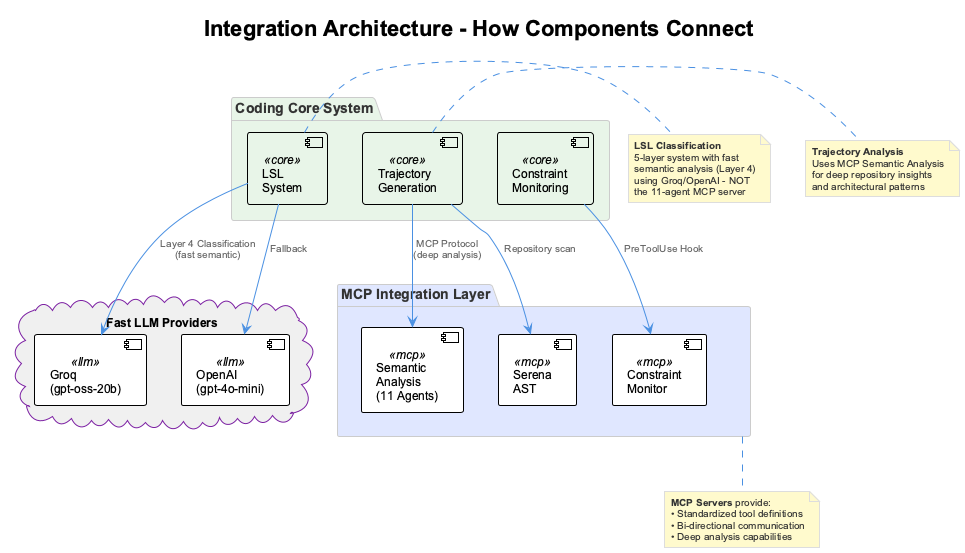
Above: docs/images/integration-architecture.png in fwornle/coding (PlantUML), before the change. Its diagram source:
```plantuml
@startuml
!include _standard-style.puml

title Integration Architecture - How Components Connect

top to bottom direction

package "Coding Core System" as core #E8F5E8 {
  [LSL\nSystem] as lsl <<core>>
  [Trajectory\nGeneration] as trajectory <<core>>
  [Constraint\nMonitoring] as constraints <<core>>
}

package "MCP Integration Layer" as mcp #E0E7FF {
  [Semantic\nAnalysis\n(11 Agents)] as semantic <<mcp>>
  [Serena\nAST] as serena <<mcp>>
  [Constraint\nMonitor] as monitor <<mcp>>
}

cloud "Fast LLM Providers" as llm #F0F0F0 {
  [Groq\n(gpt-oss-20b)] as groq <<llm>>
  [OpenAI\n(gpt-4o-mini)] as openai <<llm>>
}

lsl -down-> groq : Layer 4 Classification\n(fast semantic)
lsl -down-> openai : Fallback
trajectory -down-> semantic : MCP Protocol\n(deep analysis)
trajectory -down-> serena : Repository scan
constraints -down-> monitor : PreToolUse Hook

note bottom of mcp
  **MCP Servers** provide:
  • Standardized tool definitions
  • Bi-directional communication
  • Deep analysis capabilities
end note

note right of lsl
  **LSL Classification**
  5-layer system with fast
  semantic analysis (Layer 4)
  using Groq/OpenAI - NOT
  the 11-agent MCP server
end note

note right of trajectory
  **Trajectory Analysis**
  Uses MCP Semantic Analysis
  for deep repository insights
  and architectural patterns
end note

@enduml
```
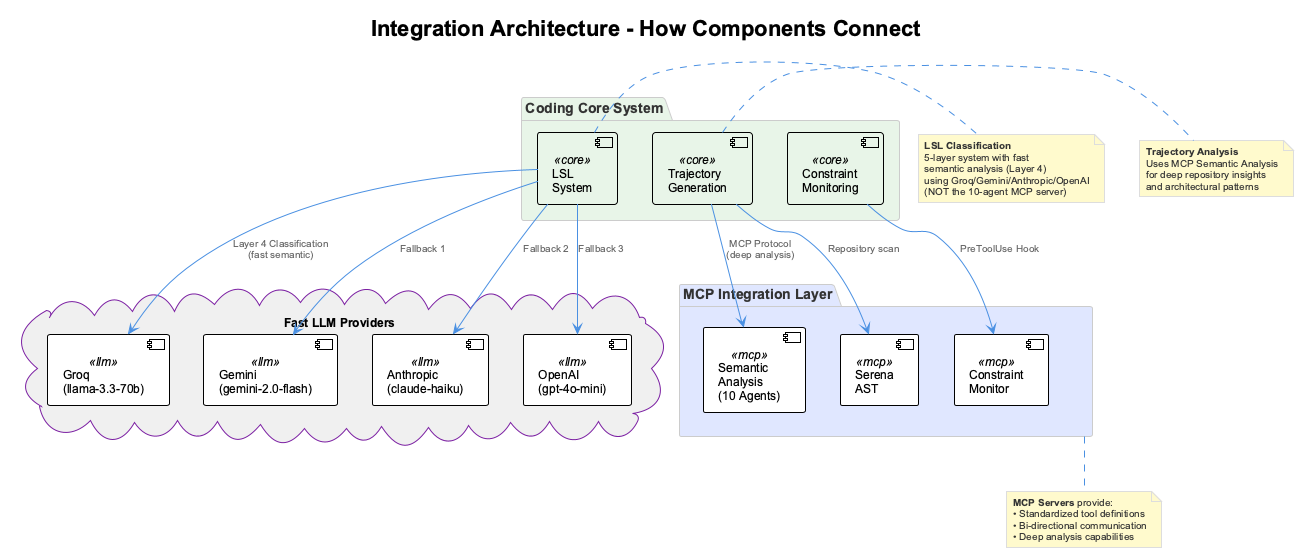
The same file after the commit.

The edit, as a diff of the source:
```diff
@@ -12,18 +12,22 @@
 }
 
 package "MCP Integration Layer" as mcp #E0E7FF {
-  [Semantic\nAnalysis\n(11 Agents)] as semantic <<mcp>>
+  [Semantic\nAnalysis\n(10 Agents)] as semantic <<mcp>>
   [Serena\nAST] as serena <<mcp>>
   [Constraint\nMonitor] as monitor <<mcp>>
 }
 
 cloud "Fast LLM Providers" as llm #F0F0F0 {
-  [Groq\n(gpt-oss-20b)] as groq <<llm>>
+  [Groq\n(llama-3.3-70b)] as groq <<llm>>
+  [Gemini\n(gemini-2.0-flash)] as gemini <<llm>>
+  [Anthropic\n(claude-haiku)] as anthropic <<llm>>
   [OpenAI\n(gpt-4o-mini)] as openai <<llm>>
 }
 
 lsl -down-> groq : Layer 4 Classification\n(fast semantic)
-lsl -down-> openai : Fallback
+lsl -down-> gemini : Fallback 1
+lsl -down-> anthropic : Fallback 2
+lsl -down-> openai : Fallback 3
 trajectory -down-> semantic : MCP Protocol\n(deep analysis)
 trajectory -down-> serena : Repository scan
 constraints -down-> monitor : PreToolUse Hook
@@ -39,8 +43,8 @@
   **LSL Classification**
   5-layer system with fast
   semantic analysis (Layer 4)
-  using Groq/OpenAI - NOT
-  the 11-agent MCP server
+  using Groq/Gemini/Anthropic/OpenAI
+  (NOT the 10-agent MCP server)
 end note
 
 note right of trajectory
```
